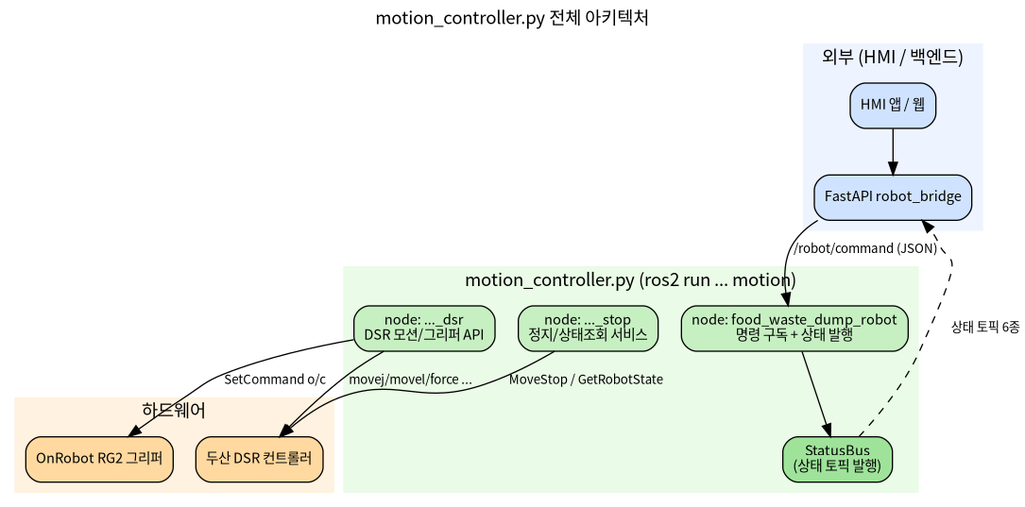
The Graphviz diagram code/robot_ws/src/auto_dump_robot_pkg/docs/diagrams/01_architecture.png in Rokey-B-4/auto-dump-bot, before a commit. Its source is kept beside it as code/robot_ws/src/auto_dump_robot_pkg/docs/diagrams/01_architecture.dot.
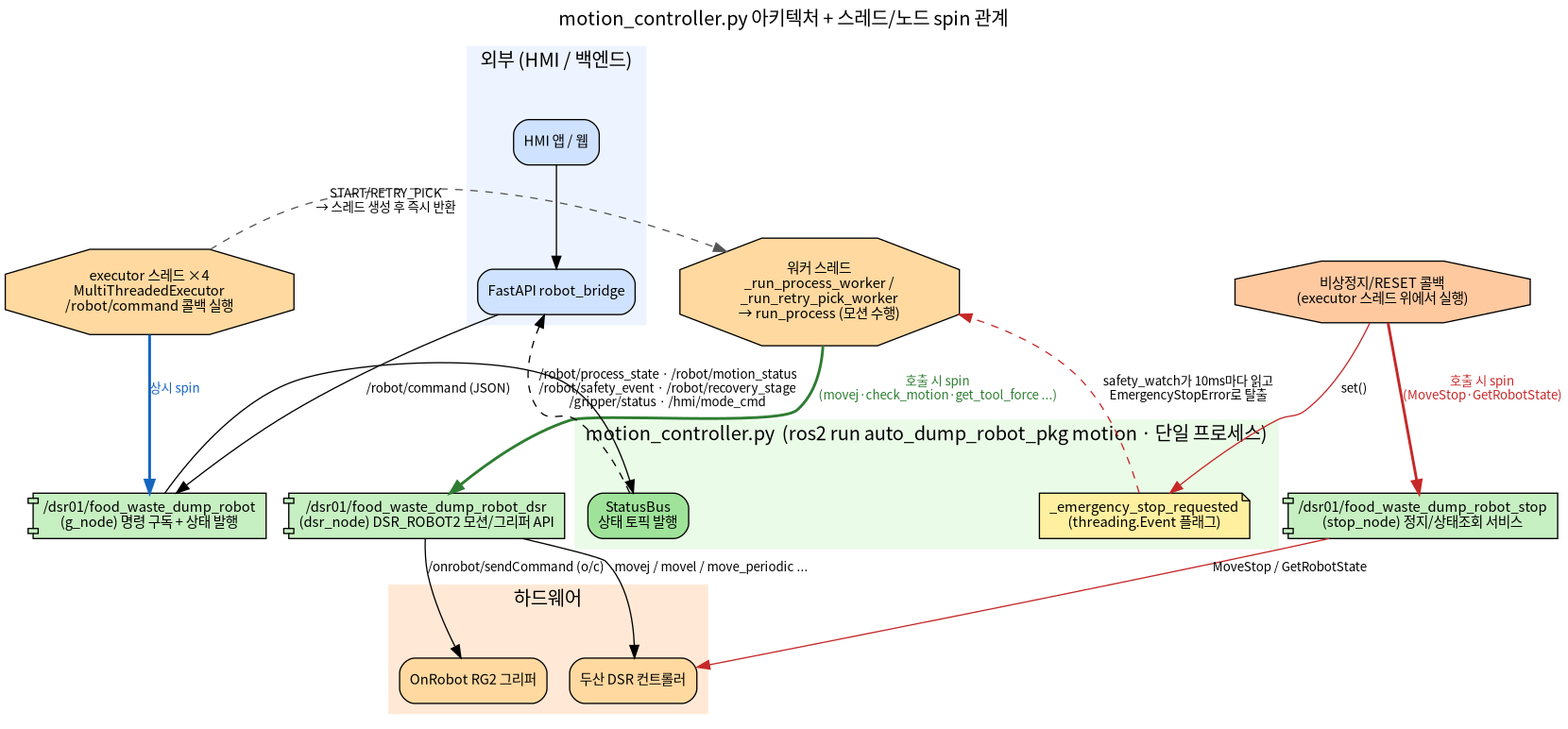
The same file after the commit.

Commit message:
update: motion_contoller파일 주석 추가 update: docs폴더 수정

Change to the diagram source:
```diff
@@ -1,34 +1,73 @@
 digraph architecture {
   rankdir=TB;
-  graph [fontname="Noto Sans CJK KR", fontsize=14, label="motion_controller.py 전체 아키텍처", labelloc=t];
-  node  [fontname="Noto Sans CJK KR", shape=box, style="rounded,filled", fontsize=11];
+  compound=true;
+  graph [fontname="Noto Sans CJK KR", fontsize=15,
+         label="motion_controller.py 아키텍처 + 스레드/노드 spin 관계", labelloc=t];
+  node  [fontname="Noto Sans CJK KR", fontsize=11];
   edge  [fontname="Noto Sans CJK KR", fontsize=10];
 
   subgraph cluster_ext {
     label="외부 (HMI / 백엔드)"; style=filled; color="#eef4ff"; fontname="Noto Sans CJK KR";
-    HMI [label="HMI 앱 / 웹", fillcolor="#cfe2ff"];
-    BE  [label="FastAPI robot_bridge", fillcolor="#cfe2ff"];
+    HMI [label="HMI 앱 / 웹", shape=box, style="rounded,filled", fillcolor="#cfe2ff"];
+    BE  [label="FastAPI robot_bridge", shape=box, style="rounded,filled", fillcolor="#cfe2ff"];
   }
 
   subgraph cluster_mc {
-    label="motion_controller.py (ros2 run ... motion)"; style=filled; color="#eafbe7"; fontname="Noto Sans CJK KR";
-    CMD  [label="node: food_waste_dump_robot\n명령 구독 + 상태 발행", fillcolor="#c7f0c2"];
-    DSRN [label="node: ..._dsr\nDSR 모션/그리퍼 API", fillcolor="#c7f0c2"];
-    STOP [label="node: ..._stop\n정지/상태조회 서비스", fillcolor="#c7f0c2"];
-    SB   [label="StatusBus\n(상태 토픽 발행)", fillcolor="#9fe39a"];
+    label="motion_controller.py  (ros2 run auto_dump_robot_pkg motion · 단일 프로세스)";
+    style=filled; color="#eafbe7"; fontname="Noto Sans CJK KR";
+
+    subgraph cluster_threads {
+      label="스레드 (실제 실행 주체)"; style=filled; color="#fff2e0"; fontname="Noto Sans CJK KR";
+      EXEC   [label="executor 스레드 ×4\nMultiThreadedExecutor\n/robot/command 콜백 실행",
+              shape=octagon, style=filled, fillcolor="#ffd9a0"];
+      WORKER [label="워커 스레드\n_run_process_worker /\n_run_retry_pick_worker\n→ run_process (모션 수행)",
+              shape=octagon, style=filled, fillcolor="#ffd9a0"];
+      EMER   [label="비상정지/RESET 콜백\n(executor 스레드 위에서 실행)",
+              shape=octagon, style=filled, fillcolor="#ffc9a0"];
+    }
+
+    subgraph cluster_nodes {
+      label="ROS2 노드 (통신 창구 · 스스로 돌지 않음)"; style=filled; color="#e3f7e0"; fontname="Noto Sans CJK KR";
+      NCMD [label="/dsr01/food_waste_dump_robot\n(g_node) 명령 구독 + 상태 발행",
+            shape=component, style=filled, fillcolor="#c7f0c2"];
+      NDSR [label="/dsr01/food_waste_dump_robot_dsr\n(dsr_node) DSR_ROBOT2 모션/그리퍼 API",
+            shape=component, style=filled, fillcolor="#c7f0c2"];
+      NSTOP[label="/dsr01/food_waste_dump_robot_stop\n(stop_node) 정지/상태조회 서비스",
+            shape=component, style=filled, fillcolor="#c7f0c2"];
+    }
+
+    FLAG [label="_emergency_stop_requested\n(threading.Event 플래그)", shape=note, style=filled, fillcolor="#fff0a0"];
+    SB   [label="StatusBus\n상태 토픽 발행", shape=box, style="rounded,filled", fillcolor="#9fe39a"];
   }
 
   subgraph cluster_hw {
-    label="하드웨어"; style=filled; color="#fff2e0"; fontname="Noto Sans CJK KR";
-    DSR [label="두산 DSR 컨트롤러", fillcolor="#ffd9a0"];
-    RG2 [label="OnRobot RG2 그리퍼", fillcolor="#ffd9a0"];
+    label="하드웨어"; style=filled; color="#ffe9d6"; fontname="Noto Sans CJK KR";
+    DSR [label="두산 DSR 컨트롤러", shape=box, style="rounded,filled", fillcolor="#ffd9a0"];
+    RG2 [label="OnRobot RG2 그리퍼", shape=box, style="rounded,filled", fillcolor="#ffd9a0"];
   }
 
   HMI -> BE;
-  BE  -> CMD  [label="/robot/command (JSON)"];
-  CMD -> SB;
-  SB  -> BE   [label="상태 토픽 6종", style=dashed];
-  DSRN -> DSR [label="movej/movel/force ..."];
-  DSRN -> RG2 [label="SetCommand o/c"];
-  STOP -> DSR [label="MoveStop / GetRobotState"];
+  BE  -> NCMD [label="/robot/command (JSON)"];
+  NCMD -> SB;
+  SB  -> BE   [style=dashed, label="/robot/process_state · /robot/motion_status\n/robot/safety_event · /robot/recovery_stage\n/gripper/status · /hmi/mode_cmd"];
+
+  EXEC -> NCMD [label="상시 spin", color="#1565c0", penwidth=2.2, fontcolor="#1565c0"];
+
+  EXEC -> WORKER [label="START/RETRY_PICK\n→ 스레드 생성 후 즉시 반환", style=dashed, color="#555555"];
+
+  WORKER -> NDSR [label="호출 시 spin\n(movej·check_motion·get_tool_force ...)",
+                  color="#2e7d32", penwidth=2.2, fontcolor="#2e7d32"];
+
+  EMER -> NSTOP [label="호출 시 spin\n(MoveStop·GetRobotState)",
+                 color="#c62828", penwidth=2.2, fontcolor="#c62828"];
+
+  EMER   -> FLAG   [label="set()", color="#c62828"];
+  FLAG   -> WORKER [label="safety_watch가 10ms마다 읽고\nEmergencyStopError로 탈출", style=dashed, color="#c62828"];
+
+  NDSR -> DSR  [label="movej / movel / move_periodic ..."];
+  NDSR -> RG2  [label="/onrobot/sendCommand (o/c)"];
+  NSTOP -> DSR [label="MoveStop / GetRobotState", color="#c62828"];
+
+  { rank=same; EXEC; WORKER; EMER; }
+  { rank=same; NCMD; NDSR; NSTOP; }
 }
```
